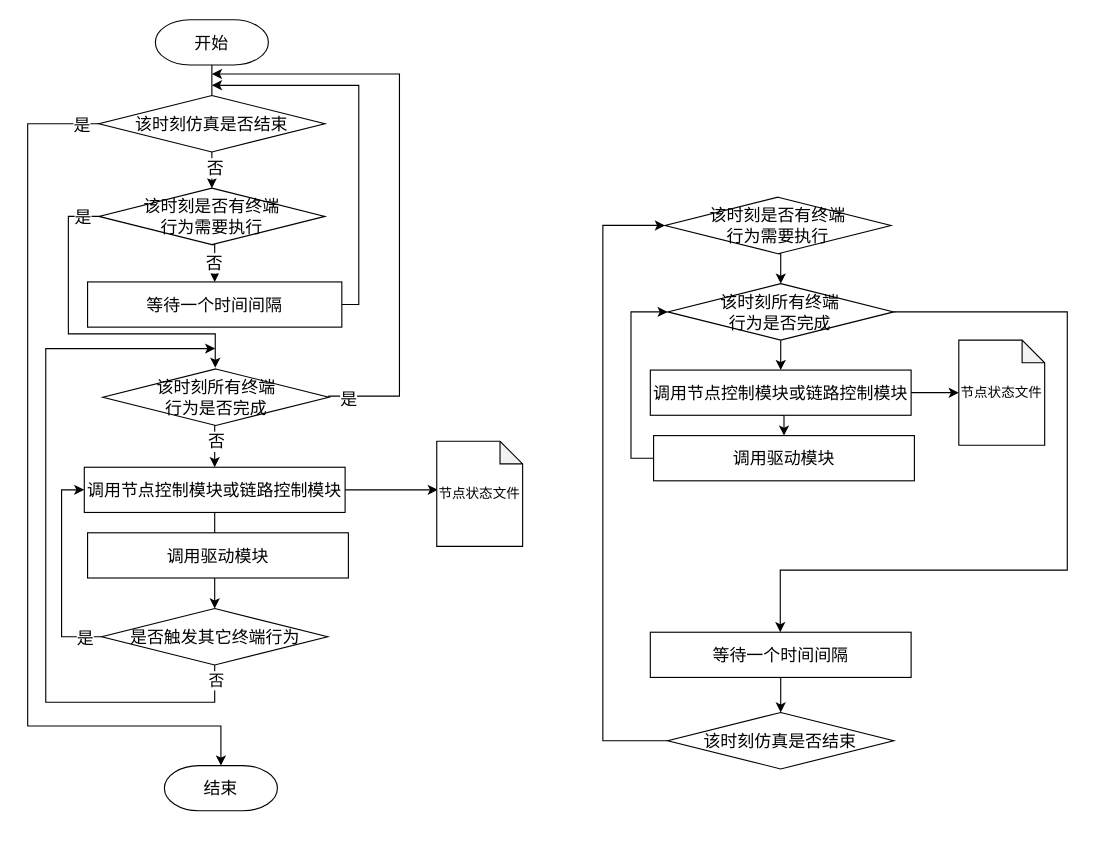
Earlier version of the draw.io diagram page "动态网络仿真总体流程" (1 of 7) of 网络控制技术_流程图.drawio (Icarus1994/neutron_conf). Source tidied: cells renumbered, new cells numbered last; positions are measured from the earlier drawing's top-left corner, leaving out a move shared by most shapes. Both pictures are drawn from the tidied source at 113%, with x=0, y=0 at pixel (27, 19).
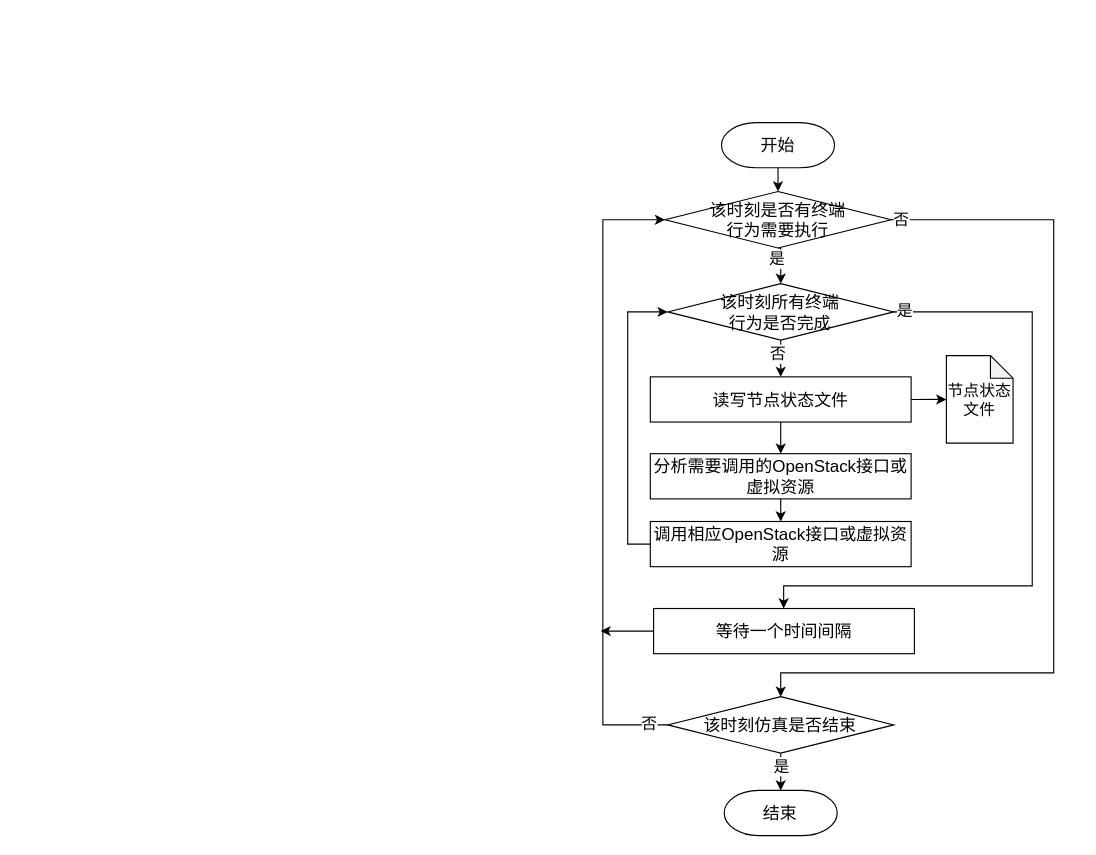
The same diagram, later.

The change refers to these unchanged cells:
```xml
<mxCell id="31" style="edgeStyle=orthogonalEdgeStyle;rounded=0;jettySize=auto;html=1;exitX=0.5;exitY=1;exitDx=0;exitDy=0;exitPerimeter=0;entryX=0.5;entryY=0;entryDx=0;entryDy=0;entryPerimeter=0;" parent="1" edge="1" source="32" target="44">
  <mxGeometry relative="1" as="geometry" />
</mxCell>
<mxCell id="42" style="edgeStyle=orthogonalEdgeStyle;rounded=0;jettySize=auto;html=1;exitX=0.5;exitY=1;exitDx=0;exitDy=0;exitPerimeter=0;entryX=0.5;entryY=0;entryDx=0;entryDy=0;" parent="1" edge="1" source="44" target="35">
  <mxGeometry relative="1" as="geometry" />
</mxCell>
<mxCell id="44" value="&lt;span style=&quot;font-size: 15px&quot;&gt;该时刻所有终端&lt;br&gt;行为是否完成&lt;br style=&quot;font-size: 15px&quot;&gt;&lt;/span&gt;" style="strokeWidth=1;html=1;shape=mxgraph.flowchart.decision;whiteSpace=wrap;fontSize=15;" parent="1" vertex="1">
  <mxGeometry x="566.4" y="233.5" width="200" height="50" as="geometry" />
</mxCell>
```

Diff of the diagram source:
```diff
@@
-    <mxCell id="2" style="edgeStyle=orthogonalEdgeStyle;rounded=0;jettySize=auto;html=1;exitX=0.5;exitY=1;exitDx=0;exitDy=0;exitPerimeter=0;entryX=0.5;entryY=0;entryDx=0;entryDy=0;entryPerimeter=0;fontSize=15;" parent="1" edge="1" source="4" target="23">
-      <mxGeometry relative="1" as="geometry" />
-    </mxCell>
-    <mxCell id="3" value="否" style="edgeLabel;html=1;align=center;verticalAlign=middle;fontSize=15;" parent="2" vertex="1">
-      <mxGeometry x="0.66" y="2" relative="1" as="geometry" />
-    </mxCell>
-    <mxCell id="4" value="开始" style="strokeWidth=1;html=1;shape=mxgraph.flowchart.terminator;whiteSpace=wrap;fontSize=15;" parent="1" vertex="1">
-      <mxGeometry x="113" width="100" height="40" as="geometry" />
-    </mxCell>
-    <mxCell id="5" style="edgeStyle=orthogonalEdgeStyle;rounded=0;jettySize=auto;html=1;exitX=0;exitY=0.5;exitDx=0;exitDy=0;exitPerimeter=0;fontSize=15;entryX=0;entryY=0.5;entryDx=0;entryDy=0;" parent="1" edge="1" source="7" target="26">
-      <mxGeometry relative="1" as="geometry">
-        <Array as="points">
-          <mxPoint x="30" y="546" />
-          <mxPoint x="30" y="416" />
-        </Array>
-      </mxGeometry>
-    </mxCell>
-    <mxCell id="6" value="是" style="edgeLabel;html=1;align=center;verticalAlign=middle;fontSize=15;" parent="5" vertex="1">
-      <mxGeometry x="-0.9" y="2" relative="1" as="geometry">
-        <mxPoint x="-6.4" y="-2" as="offset" />
-      </mxGeometry>
-    </mxCell>
-    <mxCell id="7" value="&lt;span style=&quot;font-size: 15px&quot;&gt;是否触发其它终端行为&lt;br style=&quot;font-size: 15px&quot;&gt;&lt;/span&gt;" style="strokeWidth=1;html=1;shape=mxgraph.flowchart.decision;whiteSpace=wrap;fontSize=15;" parent="1" vertex="1">
-      <mxGeometry x="65.5" y="521" width="200" height="50" as="geometry" />
-    </mxCell>
-    <mxCell id="8" style="edgeStyle=orthogonalEdgeStyle;rounded=0;jettySize=auto;html=1;exitX=0.5;exitY=1;exitDx=0;exitDy=0;fontSize=15;exitPerimeter=0;" parent="1" edge="1" source="7">
-      <mxGeometry relative="1" as="geometry">
-        <mxPoint x="166" y="291" as="targetPoint" />
-        <Array as="points">
-          <mxPoint x="166" y="604" />
-          <mxPoint x="16" y="604" />
-          <mxPoint x="16" y="291" />
-        </Array>
-      </mxGeometry>
-    </mxCell>
-    <mxCell id="9" value="&lt;font style=&quot;font-size: 14px&quot;&gt;否&lt;/font&gt;" style="edgeLabel;html=1;align=center;verticalAlign=middle;" parent="8" vertex="1">
-      <mxGeometry x="-0.96" y="1" relative="1" as="geometry" />
-    </mxCell>
-    <mxCell id="10" style="edgeStyle=orthogonalEdgeStyle;rounded=0;jettySize=auto;html=1;exitX=0;exitY=0.5;exitDx=0;exitDy=0;exitPerimeter=0;entryX=0.5;entryY=0;entryDx=0;entryDy=0;entryPerimeter=0;fontSize=15;" parent="1" edge="1" source="12" target="13">
-      <mxGeometry relative="1" as="geometry">
-        <Array as="points">
-          <mxPoint y="92" />
-          <mxPoint y="625" />
-          <mxPoint x="171" y="625" />
-        </Array>
-      </mxGeometry>
-    </mxCell>
-    <mxCell id="11" value="是" style="edgeLabel;html=1;align=center;verticalAlign=middle;fontSize=15;" parent="10" vertex="1">
-      <mxGeometry x="-0.96" relative="1" as="geometry" />
-    </mxCell>
-    <mxCell id="12" value="&lt;span style=&quot;font-size: 15px&quot;&gt;该时刻仿真是否结束&lt;br style=&quot;font-size: 15px&quot;&gt;&lt;/span&gt;" style="strokeWidth=1;html=1;shape=mxgraph.flowchart.decision;whiteSpace=wrap;fontSize=15;" parent="1" vertex="1">
-      <mxGeometry x="63" y="67" width="200" height="50" as="geometry" />
-    </mxCell>
-    <mxCell id="13" value="结束" style="strokeWidth=1;html=1;shape=mxgraph.flowchart.terminator;whiteSpace=wrap;fontSize=15;" parent="1" vertex="1">
-      <mxGeometry x="121" y="660" width="100" height="40" as="geometry" />
-    </mxCell>
-    <mxCell id="14" style="edgeStyle=orthogonalEdgeStyle;rounded=0;jettySize=auto;html=1;exitX=0.5;exitY=1;exitDx=0;exitDy=0;exitPerimeter=0;entryX=0.5;entryY=0;entryDx=0;entryDy=0;fontSize=15;" parent="1" edge="1" source="18" target="26">
-      <mxGeometry relative="1" as="geometry" />
-    </mxCell>
-    <mxCell id="15" value="否" style="edgeLabel;html=1;align=center;verticalAlign=middle;fontSize=15;" parent="14" vertex="1">
-      <mxGeometry x="-0.28" y="1" relative="1" as="geometry" />
-    </mxCell>
-    <mxCell id="16" style="edgeStyle=orthogonalEdgeStyle;rounded=0;jettySize=auto;html=1;exitX=1;exitY=0.5;exitDx=0;exitDy=0;exitPerimeter=0;fontSize=15;" parent="1" edge="1" source="18">
-      <mxGeometry relative="1" as="geometry">
-        <mxPoint x="163" y="48" as="targetPoint" />
-        <Array as="points">
-          <mxPoint x="267" y="333" />
-          <mxPoint x="329" y="333" />
-          <mxPoint x="329" y="48" />
-        </Array>
-      </mxGeometry>
-    </mxCell>
-    <mxCell id="17" value="是" style="edgeLabel;html=1;align=center;verticalAlign=middle;fontSize=15;" parent="16" vertex="1">
-      <mxGeometry x="-0.93" y="-1" relative="1" as="geometry" />
-    </mxCell>
-    <mxCell id="18" value="&lt;span style=&quot;font-size: 15px&quot;&gt;该时刻所有终端&lt;br&gt;行为是否完成&lt;br style=&quot;font-size: 15px&quot;&gt;&lt;/span&gt;" style="strokeWidth=1;html=1;shape=mxgraph.flowchart.decision;whiteSpace=wrap;fontSize=15;" parent="1" vertex="1">
-      <mxGeometry x="66.5" y="309" width="200" height="50" as="geometry" />
-    </mxCell>
-    <mxCell id="19" style="edgeStyle=orthogonalEdgeStyle;rounded=0;jettySize=auto;html=1;exitX=0.5;exitY=1;exitDx=0;exitDy=0;exitPerimeter=0;entryX=0.5;entryY=0;entryDx=0;entryDy=0;fontSize=15;" parent="1" edge="1" source="23" target="28">
-      <mxGeometry relative="1" as="geometry" />
-    </mxCell>
-    <mxCell id="20" value="否" style="edgeLabel;html=1;align=center;verticalAlign=middle;fontSize=15;" parent="19" vertex="1">
-      <mxGeometry x="0.02" y="-1" relative="1" as="geometry" />
-    </mxCell>
-    <mxCell id="21" style="edgeStyle=orthogonalEdgeStyle;rounded=0;jettySize=auto;html=1;exitX=0;exitY=0.5;exitDx=0;exitDy=0;exitPerimeter=0;fontSize=15;" parent="1" edge="1" source="23">
-      <mxGeometry relative="1" as="geometry">
-        <mxPoint x="166" y="308" as="targetPoint" />
-        <Array as="points">
-          <mxPoint x="36" y="174" />
-          <mxPoint x="36" y="278" />
-          <mxPoint x="166" y="278" />
-        </Array>
-      </mxGeometry>
-    </mxCell>
-    <mxCell id="22" value="是" style="edgeLabel;html=1;align=center;verticalAlign=middle;fontSize=15;" parent="21" vertex="1">
-      <mxGeometry x="-0.9" y="-1" relative="1" as="geometry" />
-    </mxCell>
-    <mxCell id="23" value="该时刻是否有终端&lt;br&gt;行为&lt;span style=&quot;font-size: 15px&quot;&gt;需要执行&lt;br style=&quot;font-size: 15px&quot;&gt;&lt;/span&gt;" style="strokeWidth=1;html=1;shape=mxgraph.flowchart.decision;whiteSpace=wrap;fontSize=15;" parent="1" vertex="1">
-      <mxGeometry x="63" y="149" width="200" height="50" as="geometry" />
-    </mxCell>
-    <mxCell id="24" style="edgeStyle=orthogonalEdgeStyle;rounded=0;jettySize=auto;html=1;exitX=0.5;exitY=1;exitDx=0;exitDy=0;entryX=0.5;entryY=0;entryDx=0;entryDy=0;entryPerimeter=0;" parent="1" edge="1" source="26" target="7">
-      <mxGeometry relative="1" as="geometry" />
-    </mxCell>
-    <mxCell id="25" style="edgeStyle=orthogonalEdgeStyle;rounded=0;jettySize=auto;html=1;exitX=1;exitY=0.5;exitDx=0;exitDy=0;entryX=0;entryY=0.25;entryDx=0;entryDy=0;" parent="1" edge="1" source="26">
-      <mxGeometry relative="1" as="geometry">
-        <mxPoint x="363" y="416" as="targetPoint" />
-      </mxGeometry>
-    </mxCell>
-    <mxCell id="26" value="&lt;font style=&quot;font-size: 15px&quot;&gt;调用节点控制模块或链路控制模块&lt;/font&gt;" style="rounded=0;whiteSpace=wrap;html=1;strokeWidth=1;fontSize=15;" parent="1" vertex="1">
-      <mxGeometry x="50.1" y="396" width="230.8" height="40" as="geometry" />
-    </mxCell>
-    <mxCell id="27" style="edgeStyle=orthogonalEdgeStyle;rounded=0;jettySize=auto;html=1;exitX=1;exitY=0.5;exitDx=0;exitDy=0;fontSize=15;" parent="1" edge="1" source="28">
-      <mxGeometry relative="1" as="geometry">
-        <mxPoint x="163" y="58" as="targetPoint" />
-        <Array as="points">
-          <mxPoint x="293" y="252" />
-          <mxPoint x="293" y="58" />
-        </Array>
-      </mxGeometry>
-    </mxCell>
-    <mxCell id="28" value="&lt;font style=&quot;font-size: 15px&quot;&gt;等待一个时间间隔&lt;/font&gt;" style="rounded=0;whiteSpace=wrap;html=1;strokeWidth=1;fontSize=15;" parent="1" vertex="1">
-      <mxGeometry x="53" y="232" width="225" height="40" as="geometry" />
-    </mxCell>
-    <mxCell id="29" value="节点状态文件" style="shape=note;whiteSpace=wrap;html=1;backgroundOutline=1;darkOpacity=0.05;size=20;" parent="1" vertex="1">
-      <mxGeometry x="362" y="373" width="76" height="93" as="geometry" />
-    </mxCell>
-    <mxCell id="30" value="&lt;font style=&quot;font-size: 15px&quot;&gt;调用驱动模块&lt;/font&gt;" style="rounded=0;whiteSpace=wrap;html=1;strokeWidth=1;fontSize=15;" parent="1" vertex="1">
-      <mxGeometry x="53" y="454" width="230.8" height="40" as="geometry" />
-    </mxCell>
@@
+    <mxCell id="46" value="&lt;font style=&quot;font-size: 14px&quot;&gt;是&lt;/font&gt;" style="edgeLabel;html=1;align=center;verticalAlign=middle;" parent="31" vertex="1">
+      <mxGeometry x="-0.28" y="-4" relative="1" as="geometry" />
+    </mxCell>
+    <mxCell id="47" style="edgeStyle=orthogonalEdgeStyle;rounded=0;jettySize=auto;html=1;exitX=1;exitY=0.5;exitDx=0;exitDy=0;exitPerimeter=0;entryX=0.5;entryY=0;entryDx=0;entryDy=0;entryPerimeter=0;" parent="1" edge="1" source="32" target="45">
+      <mxGeometry relative="1" as="geometry">
+        <Array as="points">
+          <mxPoint x="908" y="177" />
+          <mxPoint x="908" y="578" />
+          <mxPoint x="666" y="578" />
+        </Array>
+      </mxGeometry>
+    </mxCell>
+    <mxCell id="48" value="&lt;font style=&quot;font-size: 14px&quot;&gt;否&lt;/font&gt;" style="edgeLabel;html=1;align=center;verticalAlign=middle;" parent="47" vertex="1">
+      <mxGeometry x="-0.98" y="1" relative="1" as="geometry" />
+    </mxCell>
     <mxCell id="32" value="该时刻是否有终端&lt;br&gt;行为&lt;span style=&quot;font-size: 15px&quot;&gt;需要执行&lt;br style=&quot;font-size: 15px&quot;&gt;&lt;/span&gt;" style="strokeWidth=1;html=1;shape=mxgraph.flowchart.decision;whiteSpace=wrap;fontSize=15;" parent="1" vertex="1">
-      <mxGeometry x="564" y="157" width="200" height="50" as="geometry" />
+      <mxGeometry x="564" y="152" width="200" height="50" as="geometry" />
     </mxCell>
@@
-    <mxCell id="34" style="edgeStyle=orthogonalEdgeStyle;rounded=0;jettySize=auto;html=1;exitX=0.5;exitY=1;exitDx=0;exitDy=0;entryX=0.5;entryY=0;entryDx=0;entryDy=0;" parent="1" edge="1" source="35" target="38">
-      <mxGeometry relative="1" as="geometry" />
-    </mxCell>
+    <mxCell id="49" style="edgeStyle=orthogonalEdgeStyle;rounded=0;jettySize=auto;html=1;exitX=0.5;exitY=1;exitDx=0;exitDy=0;" parent="1" edge="1" source="35" target="58">
+      <mxGeometry relative="1" as="geometry" />
+    </mxCell>
-    <mxCell id="35" value="&lt;font style=&quot;font-size: 15px&quot;&gt;调用节点控制模块或链路控制模块&lt;/font&gt;" style="rounded=0;whiteSpace=wrap;html=1;strokeWidth=1;fontSize=15;" parent="1" vertex="1">
-      <mxGeometry x="551" y="310" width="230.8" height="40" as="geometry" />
+    <mxCell id="35" value="读写节点状态文件" style="rounded=0;whiteSpace=wrap;html=1;strokeWidth=1;fontSize=15;" parent="1" vertex="1">
+      <mxGeometry x="551" y="316" width="230.8" height="40" as="geometry" />
     </mxCell>
-    <mxCell id="36" value="节点状态文件" style="shape=note;whiteSpace=wrap;html=1;backgroundOutline=1;darkOpacity=0.05;size=20;" parent="1" vertex="1">
-      <mxGeometry x="824" y="283.5" width="76" height="93" as="geometry" />
+    <mxCell id="36" value="&lt;font style=&quot;font-size: 14px&quot;&gt;节点状态文件&lt;/font&gt;" style="shape=note;whiteSpace=wrap;html=1;backgroundOutline=1;darkOpacity=0.05;size=20;" parent="1" vertex="1">
+      <mxGeometry x="813" y="297.2" width="59" height="77.5" as="geometry" />
     </mxCell>
@@
-    <mxCell id="38" value="&lt;font style=&quot;font-size: 15px&quot;&gt;调用驱动模块&lt;/font&gt;" style="rounded=0;whiteSpace=wrap;html=1;strokeWidth=1;fontSize=15;" parent="1" vertex="1">
-      <mxGeometry x="553.9" y="368" width="230.8" height="40" as="geometry" />
+    <mxCell id="38" value="&lt;font style=&quot;font-size: 15px&quot;&gt;调用相应OpenStack接口或虚拟资源&lt;/font&gt;" style="rounded=0;whiteSpace=wrap;html=1;strokeWidth=1;fontSize=15;" parent="1" vertex="1">
+      <mxGeometry x="551" y="444" width="230.8" height="40" as="geometry" />
     </mxCell>
     <mxCell id="39" style="edgeStyle=orthogonalEdgeStyle;rounded=0;jettySize=auto;html=1;exitX=0;exitY=0.5;exitDx=0;exitDy=0;entryX=0;entryY=0.5;entryDx=0;entryDy=0;entryPerimeter=0;exitPerimeter=0;" parent="1" edge="1" source="45" target="32">
       <mxGeometry relative="1" as="geometry">
         <Array as="points">
-          <mxPoint x="509" y="638" />
-          <mxPoint x="509" y="182" />
+          <mxPoint x="509" y="624" />
+          <mxPoint x="509" y="177" />
         </Array>
       </mxGeometry>
     </mxCell>
-    <mxCell id="40" style="edgeStyle=orthogonalEdgeStyle;rounded=0;jettySize=auto;html=1;exitX=0.5;exitY=1;exitDx=0;exitDy=0;entryX=0.5;entryY=0;entryDx=0;entryDy=0;entryPerimeter=0;" parent="1" edge="1" source="41" target="45">
-      <mxGeometry relative="1" as="geometry" />
-    </mxCell>
+    <mxCell id="50" value="&lt;font style=&quot;font-size: 14px&quot;&gt;否&lt;/font&gt;" style="edgeLabel;html=1;align=center;verticalAlign=middle;" parent="39" vertex="1">
+      <mxGeometry x="-0.94" y="-2" relative="1" as="geometry" />
+    </mxCell>
+    <mxCell id="51" style="edgeStyle=orthogonalEdgeStyle;rounded=0;jettySize=auto;html=1;exitX=0;exitY=0.5;exitDx=0;exitDy=0;" parent="1" edge="1" source="41">
+      <mxGeometry relative="1" as="geometry">
+        <mxPoint x="507" y="541" as="targetPoint" />
+      </mxGeometry>
+    </mxCell>
     <mxCell id="41" value="&lt;font style=&quot;font-size: 15px&quot;&gt;等待一个时间间隔&lt;/font&gt;" style="rounded=0;whiteSpace=wrap;html=1;strokeWidth=1;fontSize=15;" parent="1" vertex="1">
-      <mxGeometry x="551" y="542" width="230.8" height="40" as="geometry" />
+      <mxGeometry x="553.9" y="521" width="230.8" height="40" as="geometry" />
     </mxCell>
@@
+    <mxCell id="52" value="&lt;font style=&quot;font-size: 14px&quot;&gt;否&lt;/font&gt;" style="edgeLabel;html=1;align=center;verticalAlign=middle;" parent="42" vertex="1">
+      <mxGeometry x="-0.28" y="-3" relative="1" as="geometry" />
+    </mxCell>
-    <mxCell id="43" style="edgeStyle=orthogonalEdgeStyle;rounded=0;jettySize=auto;html=1;exitX=1;exitY=0.5;exitDx=0;exitDy=0;exitPerimeter=0;" parent="1" edge="1" source="44" target="41">
+    <mxCell id="43" style="edgeStyle=orthogonalEdgeStyle;rounded=0;jettySize=auto;html=1;exitX=1;exitY=0.5;exitDx=0;exitDy=0;exitPerimeter=0;" parent="1" edge="1" source="44">
       <mxGeometry relative="1" as="geometry">
+        <mxPoint x="669" y="521" as="targetPoint" />
         <Array as="points">
-          <mxPoint x="920" y="259" />
-          <mxPoint x="920" y="487" />
-          <mxPoint x="666" y="487" />
+          <mxPoint x="889" y="259" />
+          <mxPoint x="889" y="501" />
+          <mxPoint x="669" y="501" />
         </Array>
       </mxGeometry>
     </mxCell>
+    <mxCell id="53" value="&lt;font style=&quot;font-size: 14px&quot;&gt;是&lt;/font&gt;" style="edgeLabel;html=1;align=center;verticalAlign=middle;" parent="43" vertex="1">
+      <mxGeometry x="-0.97" y="1" relative="1" as="geometry" />
+    </mxCell>
@@
+    <mxCell id="54" style="edgeStyle=orthogonalEdgeStyle;rounded=0;jettySize=auto;html=1;exitX=0.5;exitY=1;exitDx=0;exitDy=0;exitPerimeter=0;entryX=0.5;entryY=0;entryDx=0;entryDy=0;entryPerimeter=0;" parent="1" edge="1" source="45" target="13">
+      <mxGeometry relative="1" as="geometry" />
+    </mxCell>
+    <mxCell id="55" value="&lt;font style=&quot;font-size: 14px&quot;&gt;是&lt;/font&gt;" style="edgeLabel;html=1;align=center;verticalAlign=middle;" parent="54" vertex="1">
+      <mxGeometry x="-0.33" relative="1" as="geometry" />
+    </mxCell>
     <mxCell id="45" value="&lt;span style=&quot;font-size: 15px&quot;&gt;该时刻仿真是否结束&lt;br style=&quot;font-size: 15px&quot;&gt;&lt;/span&gt;" style="strokeWidth=1;html=1;shape=mxgraph.flowchart.decision;whiteSpace=wrap;fontSize=15;" parent="1" vertex="1">
-      <mxGeometry x="566.4" y="613" width="200" height="50" as="geometry" />
+      <mxGeometry x="566.4" y="599" width="200" height="50" as="geometry" />
     </mxCell>
+    <mxCell id="13" value="结束" style="strokeWidth=1;html=1;shape=mxgraph.flowchart.terminator;whiteSpace=wrap;fontSize=15;" parent="1" vertex="1">
+      <mxGeometry x="616.4" y="682" width="100" height="40" as="geometry" />
+    </mxCell>
+    <mxCell id="56" style="edgeStyle=orthogonalEdgeStyle;rounded=0;jettySize=auto;html=1;exitX=0.5;exitY=1;exitDx=0;exitDy=0;exitPerimeter=0;entryX=0.5;entryY=0;entryDx=0;entryDy=0;entryPerimeter=0;" parent="1" edge="1" source="4" target="32">
+      <mxGeometry relative="1" as="geometry" />
+    </mxCell>
+    <mxCell id="4" value="开始" style="strokeWidth=1;html=1;shape=mxgraph.flowchart.terminator;whiteSpace=wrap;fontSize=15;" parent="1" vertex="1">
+      <mxGeometry x="614" y="91" width="100" height="40" as="geometry" />
+    </mxCell>
+    <mxCell id="57" style="edgeStyle=orthogonalEdgeStyle;rounded=0;jettySize=auto;html=1;exitX=0.5;exitY=1;exitDx=0;exitDy=0;entryX=0.5;entryY=0;entryDx=0;entryDy=0;" parent="1" edge="1" source="58" target="38">
+      <mxGeometry relative="1" as="geometry" />
+    </mxCell>
+    <mxCell id="58" value="分析需要调用的OpenStack接口或虚拟资源" style="rounded=0;whiteSpace=wrap;html=1;strokeWidth=1;fontSize=15;" parent="1" vertex="1">
+      <mxGeometry x="551" y="384" width="230.8" height="40" as="geometry" />
+    </mxCell>
```
